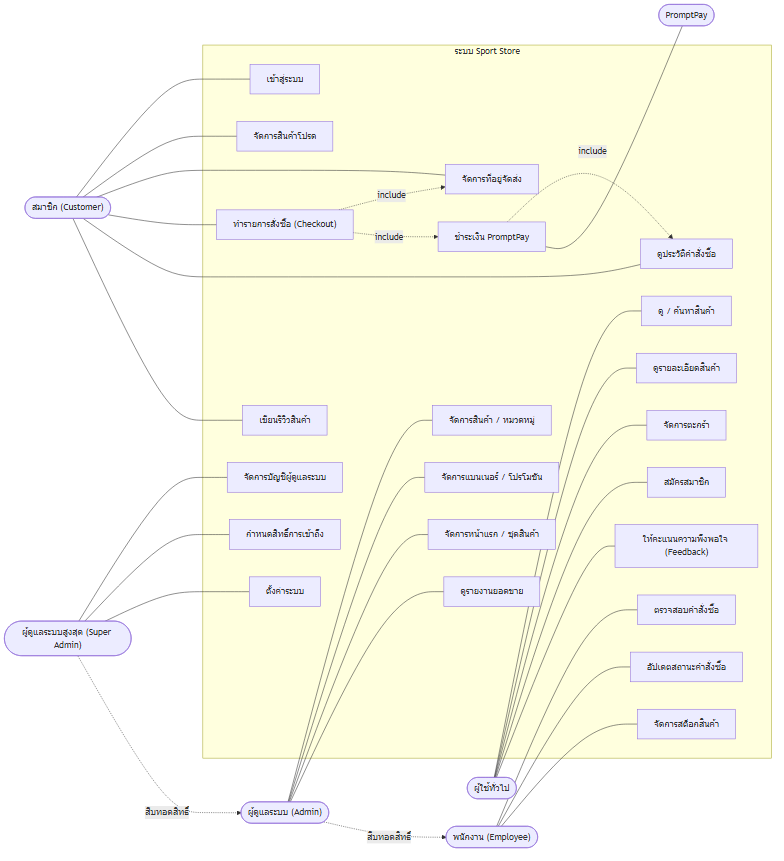
The Mermaid diagram docs/diagrams/01-use-case.png in flukerzanmk5547/Project-204, before a commit. Its source is kept beside it as docs/diagrams/01-use-case.mmd.
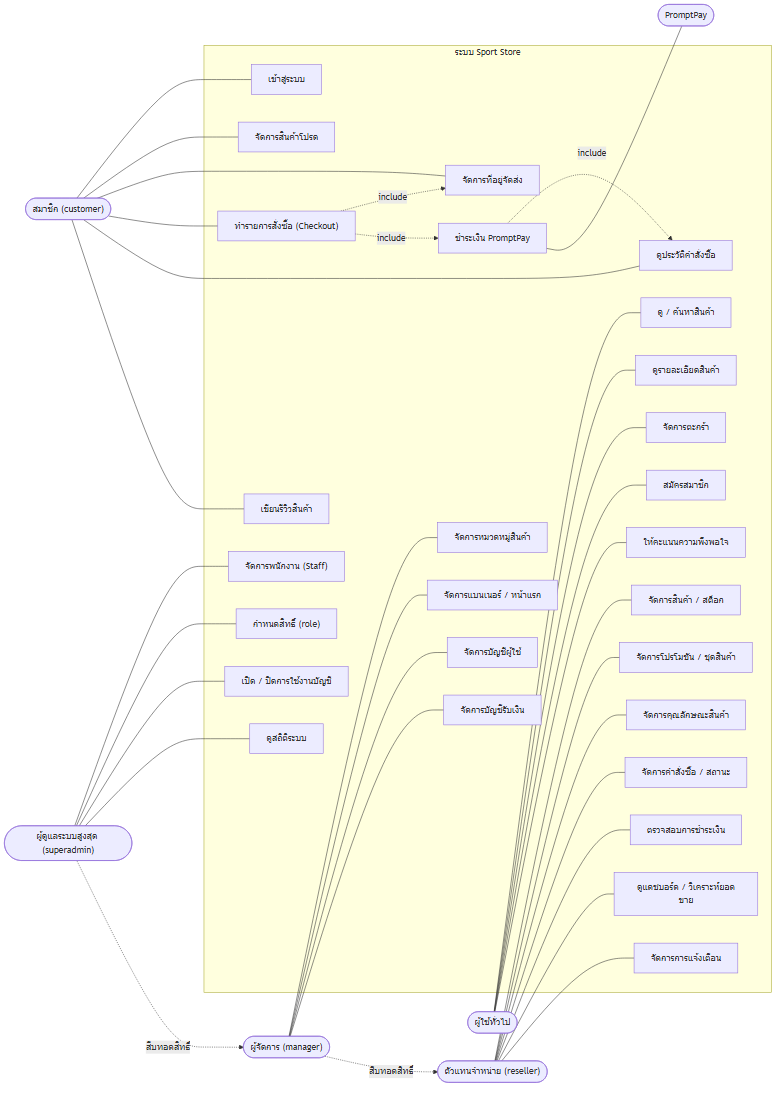
Later version of the same file.

What changed in the source:
```diff
@@ -1,9 +1,9 @@
 flowchart LR
     Guest(["ผู้ใช้ทั่วไป"])
-    Member(["สมาชิก (Customer)"])
-    Emp(["พนักงาน (Employee)"])
-    Admin(["ผู้ดูแลระบบ (Admin)"])
-    SAdmin(["ผู้ดูแลระบบสูงสุด (Super Admin)"])
+    Member(["สมาชิก (customer)"])
+    Reseller(["ตัวแทนจำหน่าย (reseller)"])
+    Manager(["ผู้จัดการ (manager)"])
+    SAdmin(["ผู้ดูแลระบบสูงสุด (superadmin)"])
     PP(["PromptPay"])
 
     subgraph SYS["ระบบ Sport Store"]
@@ -18,24 +18,32 @@
         UC9["ชำระเงิน PromptPay"]
         UC10["ดูประวัติคำสั่งซื้อ"]
         UC11["เขียนรีวิวสินค้า"]
-        UC12["ตรวจสอบคำสั่งซื้อ"]
-        UC13["อัปเดตสถานะคำสั่งซื้อ"]
-        UC14["จัดการสต็อกสินค้า"]
-        UC15["จัดการสินค้า / หมวดหมู่"]
-        UC16["จัดการแบนเนอร์ / โปรโมชัน"]
-        UC17["จัดการหน้าแรก / ชุดสินค้า"]
-        UC18["ดูรายงานยอดขาย"]
-        UC19["จัดการบัญชีผู้ดูแลระบบ"]
-        UC20["กำหนดสิทธิ์การเข้าถึง"]
-        UC21["ตั้งค่าระบบ"]
-        UC22["ให้คะแนนความพึงพอใจ (Feedback)"]
+        UC12["ให้คะแนนความพึงพอใจ"]
+
+        UC13["จัดการสินค้า / สต็อก"]
+        UC14["จัดการโปรโมชัน / ชุดสินค้า"]
+        UC15["จัดการคุณลักษณะสินค้า"]
+        UC16["จัดการคำสั่งซื้อ / สถานะ"]
+        UC17["ตรวจสอบการชำระเงิน"]
+        UC18["ดูแดชบอร์ด / วิเคราะห์ยอดขาย"]
+        UC19["จัดการการแจ้งเตือน"]
+
+        UC20["จัดการหมวดหมู่สินค้า"]
+        UC21["จัดการแบนเนอร์ / หน้าแรก"]
+        UC22["จัดการบัญชีผู้ใช้"]
+        UC23["จัดการบัญชีรับเงิน"]
+
+        UC24["จัดการพนักงาน (Staff)"]
+        UC25["กำหนดสิทธิ์ (role)"]
+        UC26["เปิด / ปิดการใช้งานบัญชี"]
+        UC27["ดูสถิติระบบ"]
     end
 
     Guest --- UC1
     Guest --- UC2
     Guest --- UC3
     Guest --- UC4
-    Guest --- UC22
+    Guest --- UC12
     Member --- UC5
     Member --- UC6
     Member --- UC7
@@ -47,16 +55,23 @@
     UC9 -. include .-> UC10
     UC9 --- PP
 
-    Emp --- UC12
-    Emp --- UC13
-    Emp --- UC14
-    Admin --- UC15
-    Admin --- UC16
-    Admin --- UC17
-    Admin --- UC18
-    SAdmin --- UC19
-    SAdmin --- UC20
-    SAdmin --- UC21
+    Reseller --- UC13
+    Reseller --- UC14
+    Reseller --- UC15
+    Reseller --- UC16
+    Reseller --- UC17
+    Reseller --- UC18
+    Reseller --- UC19
 
-    Admin -. สืบทอดสิทธิ์ .-> Emp
-    SAdmin -. สืบทอดสิทธิ์ .-> Admin
+    Manager --- UC20
+    Manager --- UC21
+    Manager --- UC22
+    Manager --- UC23
+
+    SAdmin --- UC24
+    SAdmin --- UC25
+    SAdmin --- UC26
+    SAdmin --- UC27
+
+    Manager -. สืบทอดสิทธิ์ .-> Reseller
+    SAdmin -. สืบทอดสิทธิ์ .-> Manager
```
